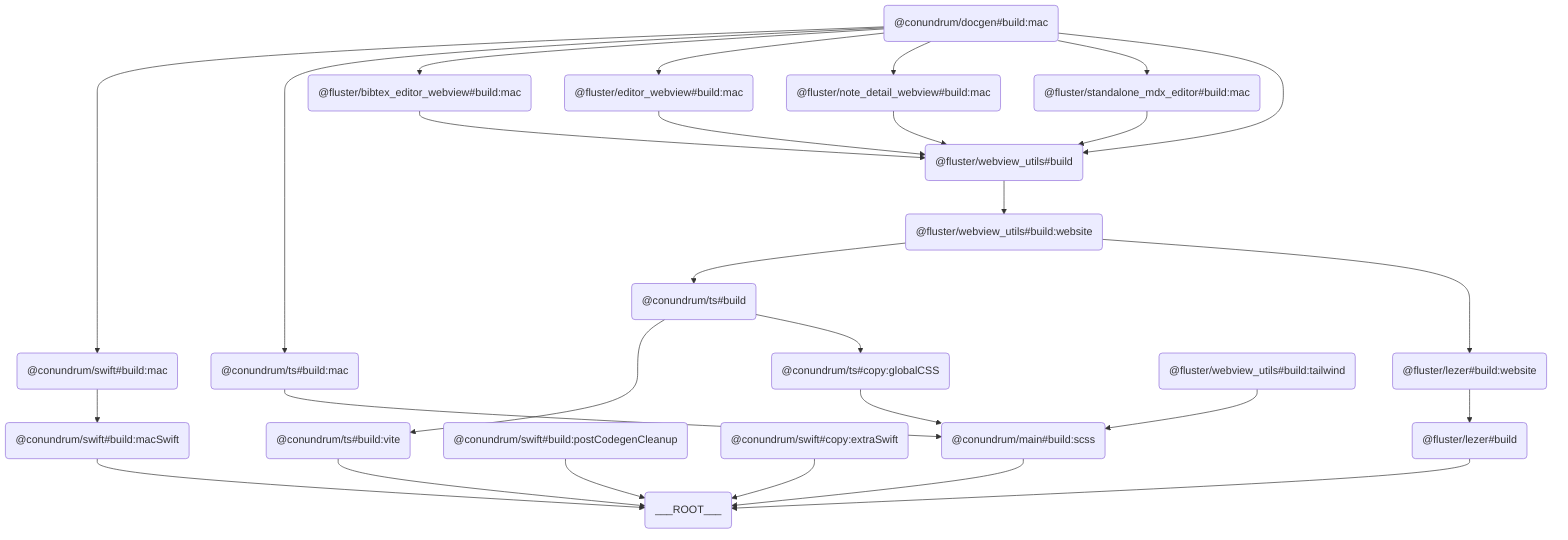
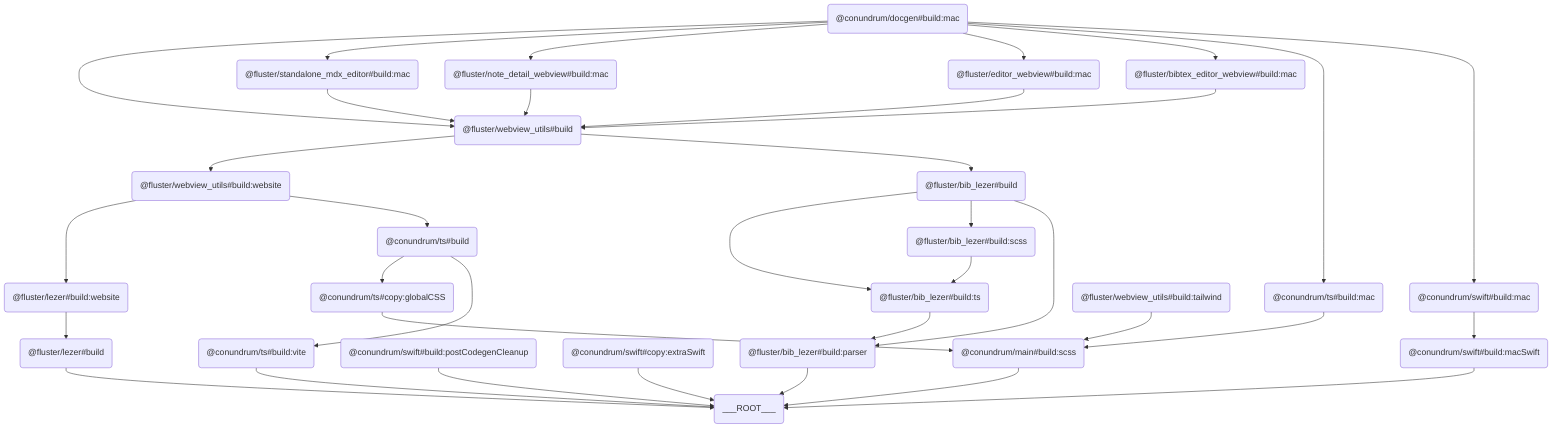
graph TD
	RPGS("@conundrum/docgen#build:mac") --> ETQY("@conundrum/swift#build:mac")
	RPGS("@conundrum/docgen#build:mac") --> KEFT("@conundrum/ts#build:mac")
	RPGS("@conundrum/docgen#build:mac") --> PRBV("@fluster/bibtex_editor_webview#build:mac")
	RPGS("@conundrum/docgen#build:mac") --> CXPQ("@fluster/editor_webview#build:mac")
	RPGS("@conundrum/docgen#build:mac") --> MLKN("@fluster/note_detail_webview#build:mac")
	RPGS("@conundrum/docgen#build:mac") --> ZHXY("@fluster/standalone_mdx_editor#build:mac")
	RPGS("@conundrum/docgen#build:mac") --> OVTW("@fluster/webview_utils#build")
	NDRI("@conundrum/main#build:scss") --> WGGN("___ROOT___")
	ETQY("@conundrum/swift#build:mac") --> RDVF("@conundrum/swift#build:macSwift")
	RDVF("@conundrum/swift#build:macSwift") --> WGGN("___ROOT___")
	PVEJ("@conundrum/swift#build:postCodegenCleanup") --> WGGN("___ROOT___")
	CHNJ("@conundrum/swift#copy:extraSwift") --> WGGN("___ROOT___")
	SXVB("@conundrum/ts#build") --> VVSC("@conundrum/ts#build:vite")
	SXVB("@conundrum/ts#build") --> WAGD("@conundrum/ts#copy:globalCSS")
	KEFT("@conundrum/ts#build:mac") --> NDRI("@conundrum/main#build:scss")
	VVSC("@conundrum/ts#build:vite") --> WGGN("___ROOT___")
	WAGD("@conundrum/ts#copy:globalCSS") --> NDRI("@conundrum/main#build:scss")
+ 	CQCF("@fluster/bib_lezer#build") --> NOOO("@fluster/bib_lezer#build:parser")
+ 	CQCF("@fluster/bib_lezer#build") --> CKYN("@fluster/bib_lezer#build:scss")
+ 	CQCF("@fluster/bib_lezer#build") --> GPSL("@fluster/bib_lezer#build:ts")
+ 	NOOO("@fluster/bib_lezer#build:parser") --> WGGN("___ROOT___")
+ 	CKYN("@fluster/bib_lezer#build:scss") --> GPSL("@fluster/bib_lezer#build:ts")
+ 	GPSL("@fluster/bib_lezer#build:ts") --> NOOO("@fluster/bib_lezer#build:parser")
	PRBV("@fluster/bibtex_editor_webview#build:mac") --> OVTW("@fluster/webview_utils#build")
	CXPQ("@fluster/editor_webview#build:mac") --> OVTW("@fluster/webview_utils#build")
- 	CQCF("@fluster/lezer#build") --> WGGN("___ROOT___")
- 	NOOO("@fluster/lezer#build:website") --> CQCF("@fluster/lezer#build")
+ 	QHDQ("@fluster/lezer#build") --> WGGN("___ROOT___")
+ 	JJLV("@fluster/lezer#build:website") --> QHDQ("@fluster/lezer#build")
	MLKN("@fluster/note_detail_webview#build:mac") --> OVTW("@fluster/webview_utils#build")
	ZHXY("@fluster/standalone_mdx_editor#build:mac") --> OVTW("@fluster/webview_utils#build")
- 	OVTW("@fluster/webview_utils#build") --> CKYN("@fluster/webview_utils#build:website")
- 	GPSL("@fluster/webview_utils#build:tailwind") --> NDRI("@conundrum/main#build:scss")
- 	CKYN("@fluster/webview_utils#build:website") --> SXVB("@conundrum/ts#build")
- 	CKYN("@fluster/webview_utils#build:website") --> NOOO("@fluster/lezer#build:website")
+ 	OVTW("@fluster/webview_utils#build") --> CQCF("@fluster/bib_lezer#build")
+ 	OVTW("@fluster/webview_utils#build") --> QLYZ("@fluster/webview_utils#build:website")
+ 	ORSQ("@fluster/webview_utils#build:tailwind") --> NDRI("@conundrum/main#build:scss")
+ 	QLYZ("@fluster/webview_utils#build:website") --> SXVB("@conundrum/ts#build")
+ 	QLYZ("@fluster/webview_utils#build:website") --> JJLV("@fluster/lezer#build:website")
